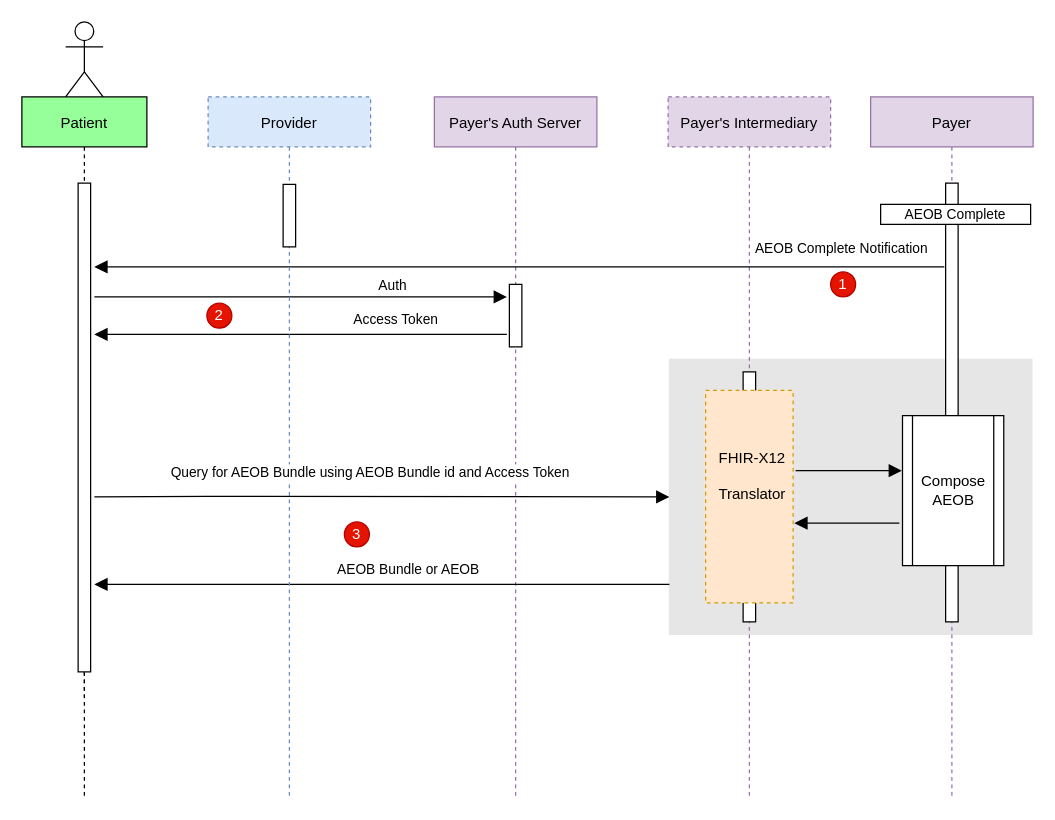
HL7/davinci-pct keeps this draw.io diagram as input/images/GetAEOB.drawio. Above is the earlier version. Source tidied: cells renumbered, new cells numbered last; positions are measured from the earlier drawing's top-left corner, leaving out a move shared by most shapes. Both pictures are drawn from the tidied source at 125%, with x=0, y=0 at pixel (21, 21).
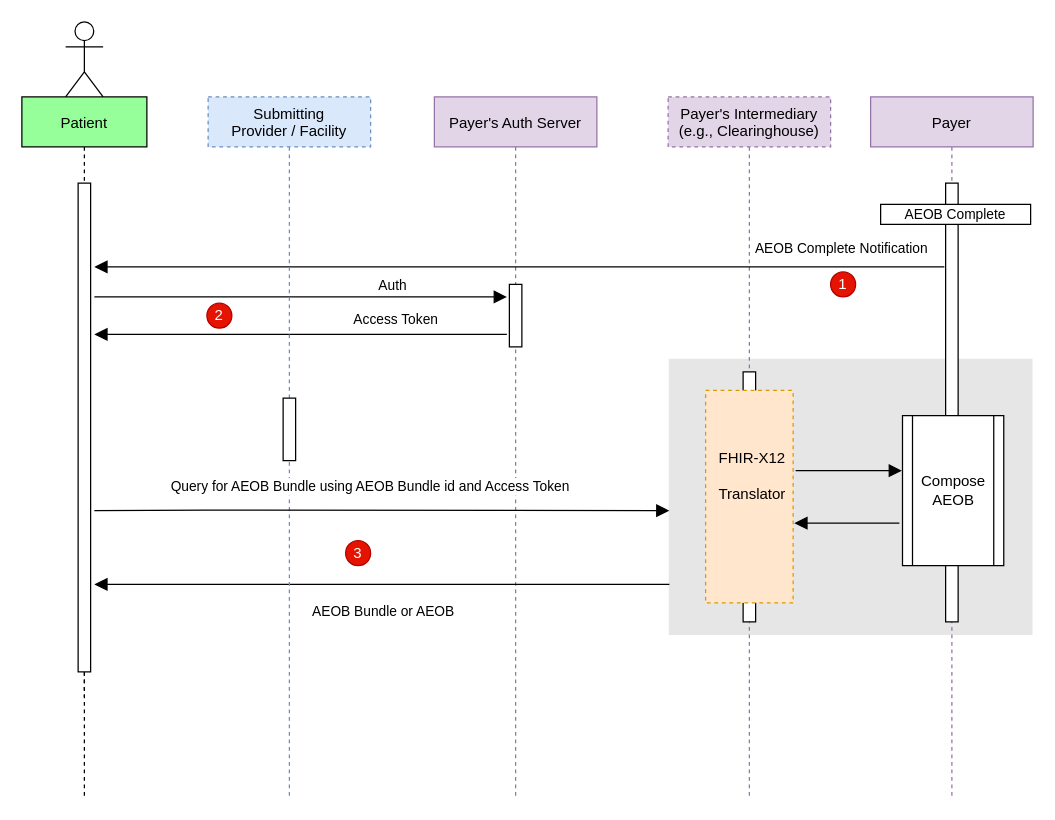
The same page after the edit.

Unchanged cells that the change refers to:
```xml
<mxCell id="27" style="verticalAlign=bottom;endArrow=block;shadow=0;strokeWidth=1;labelBackgroundColor=none;endSize=8;" parent="1" edge="1">
  <mxGeometry x="0.02" y="-7" relative="1" as="geometry">
    <mxPoint x="518" y="450" as="sourcePoint" />
    <mxPoint x="58" y="450" as="targetPoint" />
  </mxGeometry>
</mxCell>
```

The edit, as a diff of the source:
```diff
@@
-    <mxCell id="11" value="Payer's Intermediary" style="shape=umlLifeline;perimeter=lifelinePerimeter;rounded=0;shadow=0;strokeWidth=1;fillColor=#e1d5e7;strokeColor=#9673a6;dashed=1;" parent="1" vertex="1">
+    <mxCell id="11" value="Payer's Intermediary&#10;(e.g., Clearinghouse)" style="shape=umlLifeline;perimeter=lifelinePerimeter;rounded=0;shadow=0;strokeWidth=1;fillColor=#e1d5e7;strokeColor=#9673a6;dashed=1;" parent="1" vertex="1">
       <mxGeometry x="517" y="60" width="130" height="560" as="geometry" />
     </mxCell>
@@
     <mxCell id="22" value="3" style="ellipse;whiteSpace=wrap;html=1;fillColor=#e51400;strokeColor=#B20000;fontColor=#ffffff;" parent="1" vertex="1">
-      <mxGeometry x="258" y="400" width="20" height="20" as="geometry" />
+      <mxGeometry x="259" y="415" width="20" height="20" as="geometry" />
     </mxCell>
@@
     <mxCell id="28" value="AEOB Bundle or AEOB" style="edgeLabel;html=1;align=center;verticalAlign=bottom;labelPosition=center;verticalLabelPosition=top;" parent="27" vertex="1">
       <mxGeometry x="0.32" y="-4" relative="1" as="geometry">
-        <mxPoint x="94" as="offset" />
+        <mxPoint x="74" y="34" as="offset" />
       </mxGeometry>
     </mxCell>
-    <mxCell id="29" value="Provider" style="shape=umlLifeline;perimeter=lifelinePerimeter;rounded=0;shadow=0;strokeWidth=1;fillColor=#dae8fc;strokeColor=#6c8ebf;dashed=1;" parent="1" vertex="1">
+    <mxCell id="29" value="Submitting&#10;Provider / Facility" style="shape=umlLifeline;perimeter=lifelinePerimeter;rounded=0;shadow=0;strokeWidth=1;fillColor=#dae8fc;strokeColor=#6c8ebf;dashed=1;" parent="1" vertex="1">
       <mxGeometry x="149" y="60" width="130" height="560" as="geometry" />
     </mxCell>
     <mxCell id="30" style="perimeter=orthogonalPerimeter;rounded=0;shadow=0;strokeWidth=1;" parent="29" vertex="1">
-      <mxGeometry x="60" y="70" width="10" height="50" as="geometry" />
+      <mxGeometry x="60" y="241" width="10" height="50" as="geometry" />
     </mxCell>
     <mxCell id="31" value="Query for AEOB Bundle using AEOB Bundle id and Access Token" style="verticalAlign=bottom;endArrow=block;shadow=0;strokeWidth=1;endSize=8;" parent="1" edge="1">
       <mxGeometry x="-0.04" y="10" relative="1" as="geometry">
-        <mxPoint x="58" y="380" as="sourcePoint" />
-        <mxPoint x="518" y="380" as="targetPoint" />
+        <mxPoint x="58" y="391" as="sourcePoint" />
+        <mxPoint x="518" y="391" as="targetPoint" />
         <Array as="points">
-          <mxPoint x="158" y="379.5" />
+          <mxPoint x="158" y="390.5" />
         </Array>
       </mxGeometry>
     </mxCell>
```
